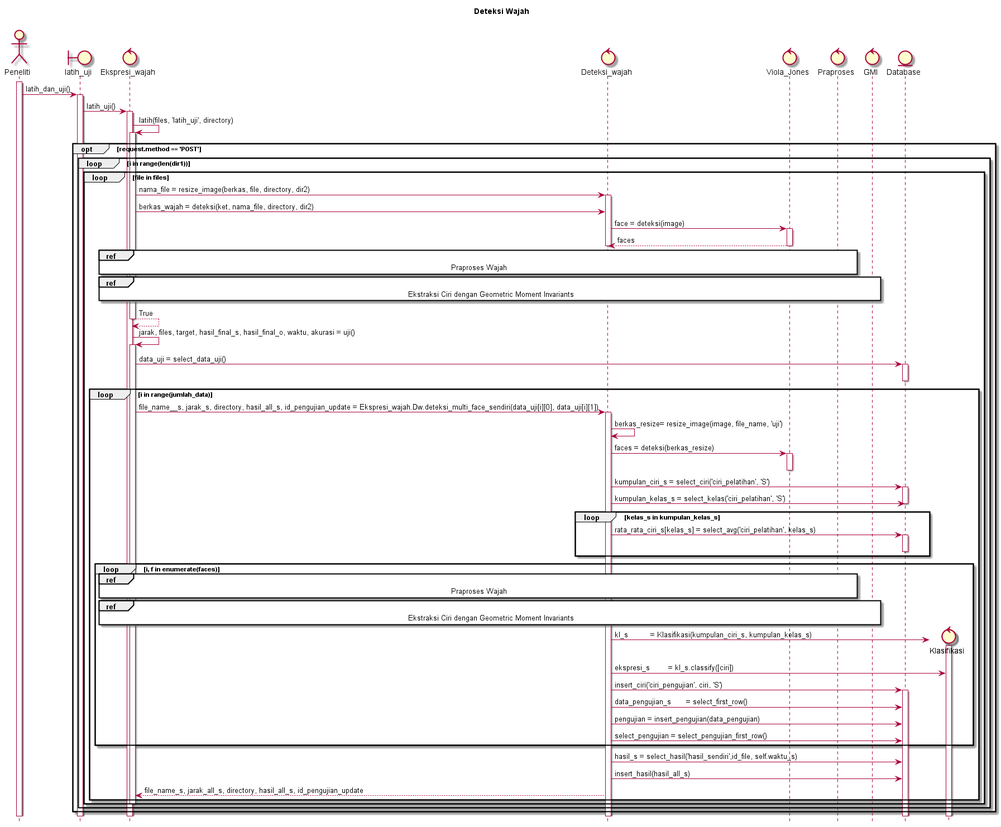
This is diagram/SD_deteksi_wajah.png from ayulestari10/gmisvm, a PlantUML export, as it was before one commit.
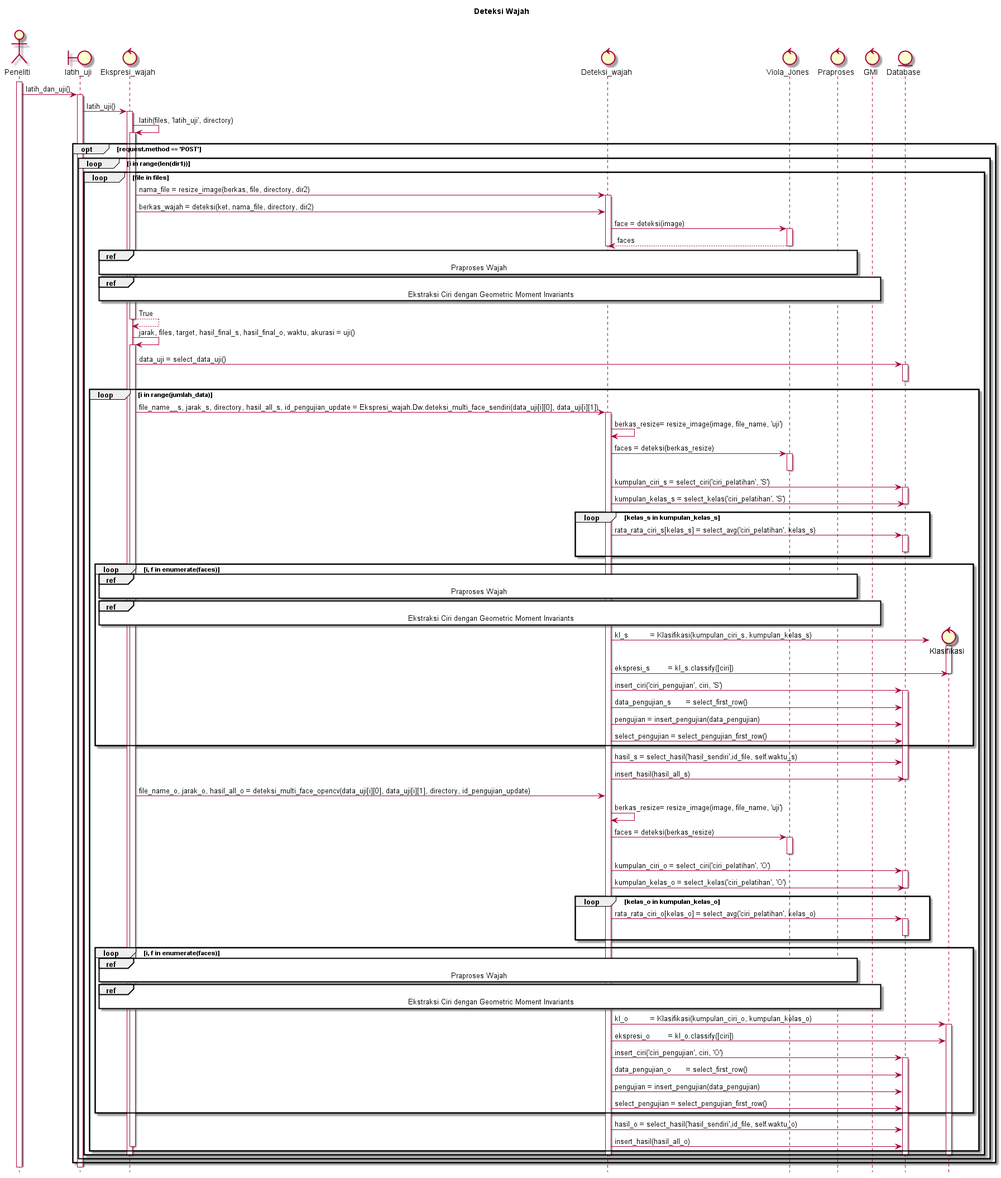
Later version of the same file.

The edit, as a diff of the source:
```diff
@@ -74,7 +74,7 @@
 						Deteksi_wajah -> Klasifikasi : kl_s 		= Klasifikasi(kumpulan_ciri_s, kumpulan_kelas_s)
 						activate Klasifikasi
 						Deteksi_wajah -> Klasifikasi : ekspresi_s 	= kl_s.classify([ciri])
-
+						deactivate Klasifikasi
 						Deteksi_wajah -> Database : insert_ciri('ciri_pengujian', ciri, 'S')
 						activate Database
 						Deteksi_wajah -> Database : data_pengujian_s	= select_first_row()
@@ -84,10 +84,56 @@
 
 					Deteksi_wajah -> Database : hasil_s = select_hasil('hasil_sendiri',id_file, self.waktu_s)
 					Deteksi_wajah -> Database : insert_hasil(hasil_all_s)
+					deactivate Database
 
-					Deteksi_wajah --> Ekspresi_wajah : file_name_s, jarak_all_s, directory, hasil_all_s, id_pengujian_update
+
+
+
+
+					Ekspresi_wajah -> Deteksi_wajah : file_name_o, jarak_o, hasil_all_o = deteksi_multi_face_opencv(data_uji[i][0], data_uji[i][1], directory, id_pengujian_update)
+
+					Deteksi_wajah -> Deteksi_wajah : berkas_resize= resize_image(image, file_name, 'uji')
+
+					Deteksi_wajah -> Viola_Jones : faces = deteksi(berkas_resize)
+					activate Viola_Jones
+					deactivate Viola_Jones
+
+					Deteksi_wajah -> Database : kumpulan_ciri_o = select_ciri('ciri_pelatihan', 'O')
+					activate Database
+
+					Deteksi_wajah -> Database : kumpulan_kelas_o = select_kelas('ciri_pelatihan', 'O')
+					deactivate Database
+
+					loop kelas_o in kumpulan_kelas_o
+						Deteksi_wajah -> Database : rata_rata_ciri_o[kelas_o] = select_avg('ciri_pelatihan', kelas_o)
+						activate Database
+						deactivate Database
+					end
+
+					loop i, f in enumerate(faces)
+						ref over Ekspresi_wajah, Praproses : Praproses Wajah
+						ref over Ekspresi_wajah, GMI : Ekstraksi Ciri dengan Geometric Moment Invariants
+
+						create control Klasifikasi
+						Deteksi_wajah -> Klasifikasi : kl_o 		= Klasifikasi(kumpulan_ciri_o, kumpulan_kelas_o)
+						activate Klasifikasi
+						Deteksi_wajah -> Klasifikasi : ekspresi_o 	= kl_o.classify([ciri])
+
+						Deteksi_wajah -> Database : insert_ciri('ciri_pengujian', ciri, 'O')
+						activate Database
+						Deteksi_wajah -> Database : data_pengujian_o	= select_first_row()
+						Deteksi_wajah -> Database : pengujian = insert_pengujian(data_pengujian)
+						Deteksi_wajah -> Database : select_pengujian = select_pengujian_first_row()
+					end
+
+					Deteksi_wajah -> Database : hasil_o = select_hasil('hasil_sendiri',id_file, self.waktu_o)
+					Deteksi_wajah -> Database : insert_hasil(hasil_all_o)
+
+				deactivate Ekspresi_wajah
 				end
-
+				deactivate Klasifikasi
+				deactivate Database
+				deactivate Deteksi_wajah
 				deactivate Ekspresi_wajah
 			end
 		end
```
